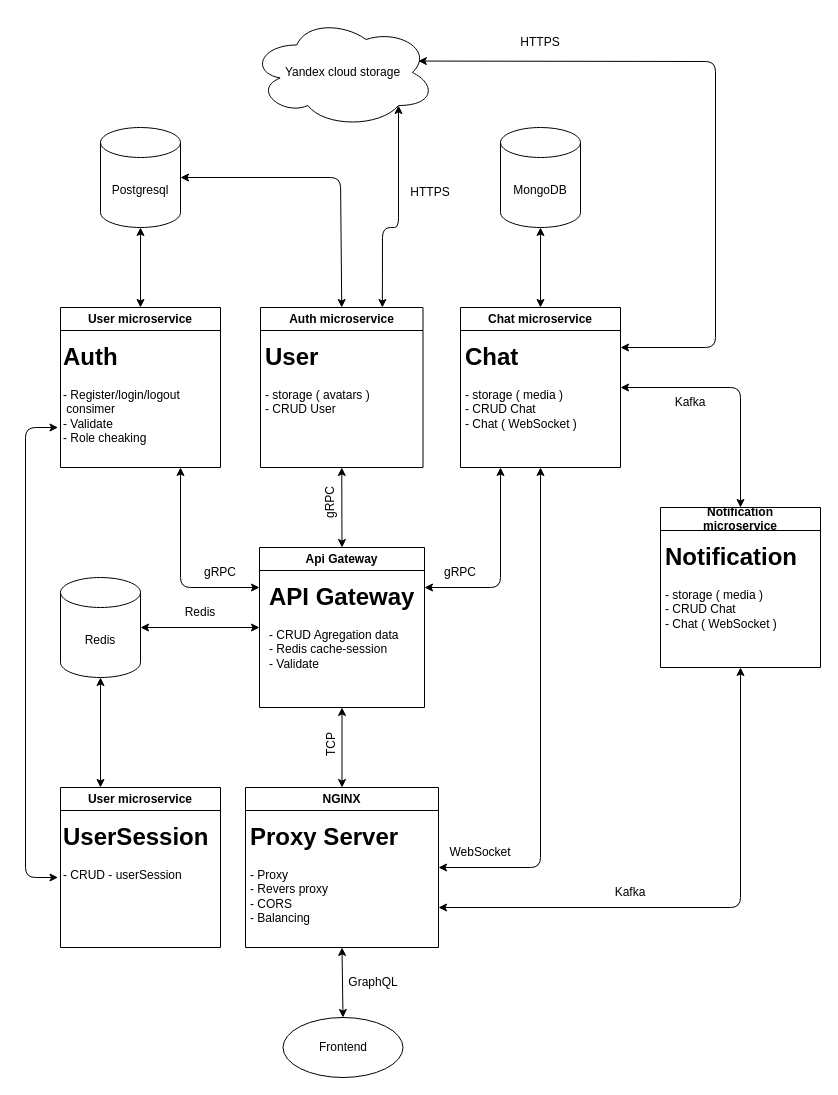
Thejudgeofprogrammers/messager keeps this draw.io diagram as docs/drawio/Диаграмма_микросервисов.drawio. Above is the earlier version. Source tidied: cells renumbered, new cells numbered last; positions are measured from the earlier drawing's top-left corner, leaving out a move shared by most shapes. Both pictures are drawn from the tidied source at 100%, with x=0, y=0 at pixel (25, 17).
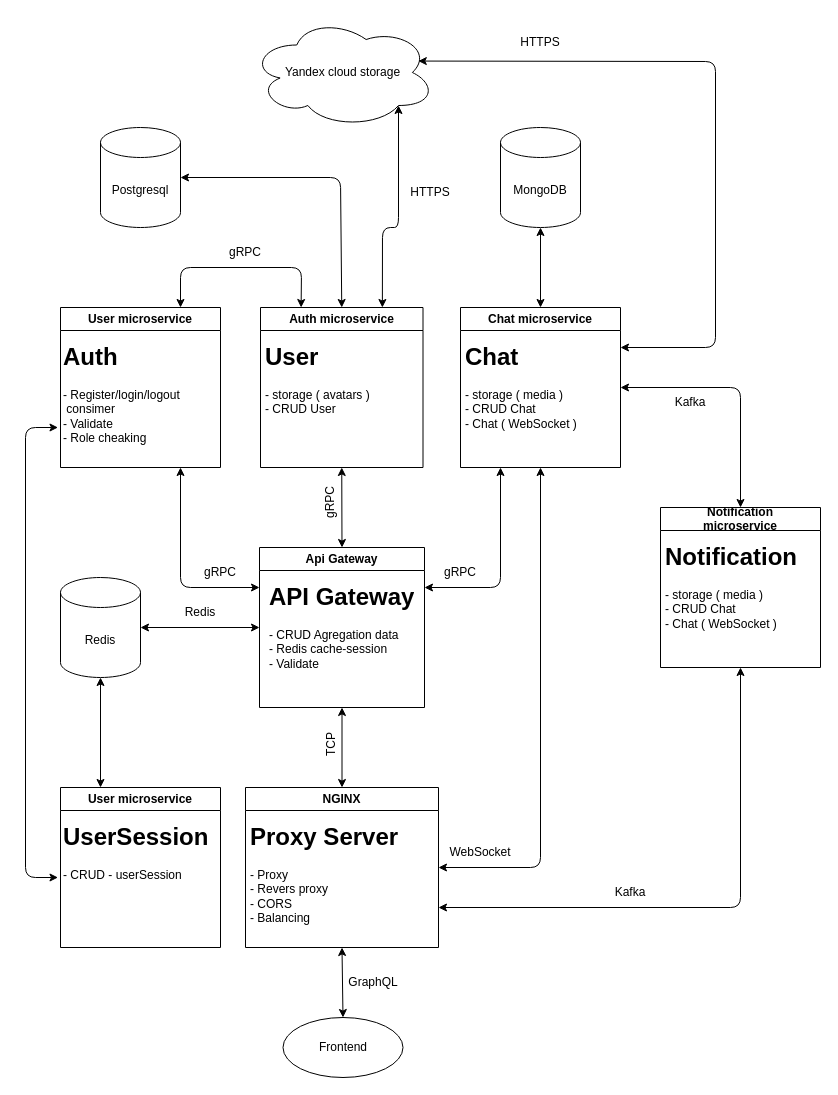
The same page after the edit.

The change refers to these unchanged cells:
```xml
<mxCell id="2" value="Postgresql" style="shape=cylinder3;whiteSpace=wrap;html=1;boundedLbl=1;backgroundOutline=1;size=15;" parent="1" vertex="1">
  <mxGeometry x="75" y="110" width="80" height="100" as="geometry" />
</mxCell>
<mxCell id="4" value="User microservice" style="swimlane;whiteSpace=wrap;html=1;" parent="1" vertex="1">
  <mxGeometry x="35" y="290" width="160" height="160" as="geometry" />
</mxCell>
<mxCell id="6" value="Auth microservice" style="swimlane;whiteSpace=wrap;html=1;" parent="1" vertex="1">
  <mxGeometry x="235" y="290" width="162.5" height="160" as="geometry" />
</mxCell>
```

Diff of the diagram source:
```diff
@@
-    <mxCell id="41" style="endArrow=classic;startArrow=classic;html=1;" parent="1" edge="1" source="4" target="2">
-      <mxGeometry relative="1" as="geometry" />
+    <mxCell id="41" style="endArrow=classic;startArrow=classic;html=1;entryX=0.25;entryY=0;entryDx=0;entryDy=0;exitX=0.75;exitY=0;exitDx=0;exitDy=0;" parent="1" edge="1" source="4" target="6">
+      <mxGeometry relative="1" as="geometry">
+        <Array as="points">
+          <mxPoint x="155" y="250" />
+          <mxPoint x="276" y="250" />
+        </Array>
+      </mxGeometry>
     </mxCell>
@@
+    <mxCell id="48" value="gRPC" style="text;html=1;strokeColor=none;fillColor=none;align=center;verticalAlign=middle;whiteSpace=wrap;rounded=0;rotation=0;" parent="1" vertex="1">
+      <mxGeometry x="190" y="220" width="60" height="30" as="geometry" />
+    </mxCell>
```
